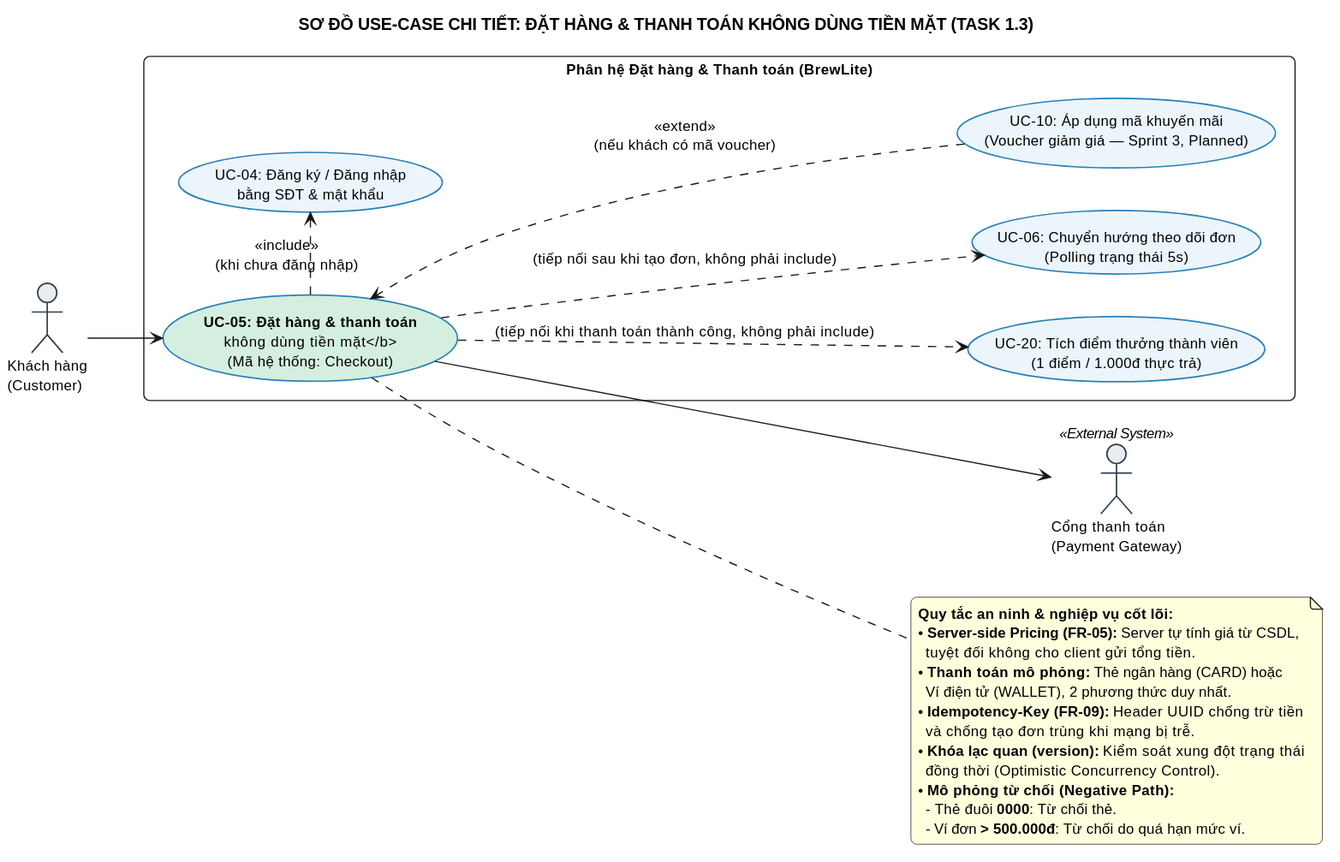
This is docs/diagrams/usecase-checkout.svg from Longcodepro/Project_SE_Assignment02_HK1_2026_2027, a PlantUML export, as it was before one commit. Source of this version:
```plantuml
@startuml

title SƠ ĐỒ USE-CASE CHI TIẾT: ĐẶT HÀNG & THANH TOÁN KHÔNG DÙNG TIỀN MẶT (TASK 1.3)

left to right direction
skinparam shadowing false
skinparam roundcorner 10
skinparam defaultFontName Arial
skinparam defaultFontSize 12

skinparam usecase {
  BackgroundColor #EBF5FB
  BorderColor #2980B9
  BorderThickness 1.2
}

skinparam actor {
  BackgroundColor #EAEDED
  BorderColor #2C3E50
  BorderThickness 1.2
}

actor "Khách hàng\n(Customer)" as Customer
actor "Cổng thanh toán\n(Payment Gateway)" as PaymentGateway <<External System>>

rectangle "Phân hệ Đặt hàng & Thanh toán (BrewLite)" {

  usecase "<b>UC-05: Đặt hàng & thanh toán\nkhông dùng tiền mặt</b>\n(Mã hệ thống: Checkout)" as UC05 #D4EFDF

  usecase "UC-04: Đăng ký / Đăng nhập\nbằng SĐT & mật khẩu" as UC04
  usecase "UC-20: Tích điểm thưởng thành viên\n(1 điểm / 1.000đ thực trả)" as UC20
  usecase "UC-06: Chuyển hướng theo dõi đơn\n(Polling trạng thái 5s)" as UC06

  usecase "UC-10: Áp dụng mã khuyến mãi\n(Voucher giảm giá — Sprint 3, Planned)" as UC10
}

Customer --> UC05
UC05 --> PaymentGateway
UC05 ..> UC06 : (tiếp nối sau khi tạo đơn, không phải include)
UC05 ..> UC20 : (tiếp nối khi thanh toán thành công, không phải include)

UC05 .> UC04 : <<include>>\n(khi chưa đăng nhập)

UC05 <.. UC10 : <<extend>>\n(nếu khách có mã voucher)

note right of UC05
  <b>Quy tắc an ninh & nghiệp vụ cốt lõi:</b>
  • <b>Server-side Pricing (FR-05):</b> Server tự tính giá từ CSDL,
    tuyệt đối không cho client gửi tổng tiền.
  • <b>Thanh toán mô phỏng:</b> Thẻ ngân hàng (CARD) hoặc
    Ví điện tử (WALLET), 2 phương thức duy nhất.
  • <b>Idempotency-Key (FR-09):</b> Header UUID chống trừ tiền
    và chống tạo đơn trùng khi mạng bị trễ.
  • <b>Khóa lạc quan (version):</b> Kiểm soát xung đột trạng thái
    đồng thời (Optimistic Concurrency Control).
  • <b>Mô phỏng từ chối (Negative Path):</b>
    - Thẻ đuôi <b>0000</b>: Từ chối thẻ.
    - Ví đơn <b>> 500.000đ</b>: Từ chối do quá hạn mức ví.
end note
@enduml
```
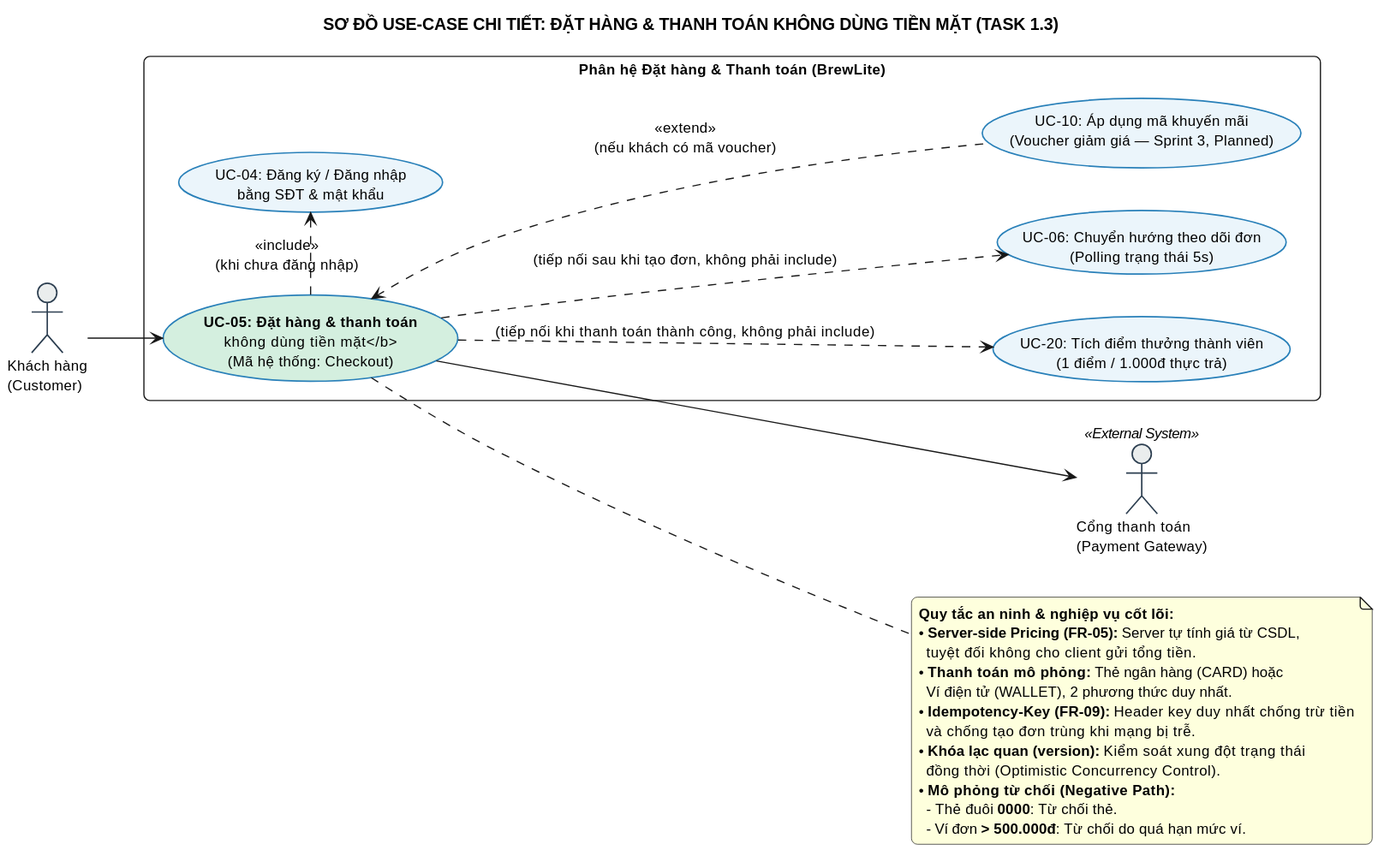
Later version of the same file.

Commit message:
docs(task-1.3): ghi Idempotency-Key là key duy nhất (1–128 ký tự), không bắt buộc UUID, khớp frontend

Diff of the diagram source:
```diff
@@ -49,7 +49,7 @@
     tuyệt đối không cho client gửi tổng tiền.
   • <b>Thanh toán mô phỏng:</b> Thẻ ngân hàng (CARD) hoặc
     Ví điện tử (WALLET), 2 phương thức duy nhất.
-  • <b>Idempotency-Key (FR-09):</b> Header UUID chống trừ tiền
+  • <b>Idempotency-Key (FR-09):</b> Header key duy nhất chống trừ tiền
     và chống tạo đơn trùng khi mạng bị trễ.
   • <b>Khóa lạc quan (version):</b> Kiểm soát xung đột trạng thái
     đồng thời (Optimistic Concurrency Control).
```
